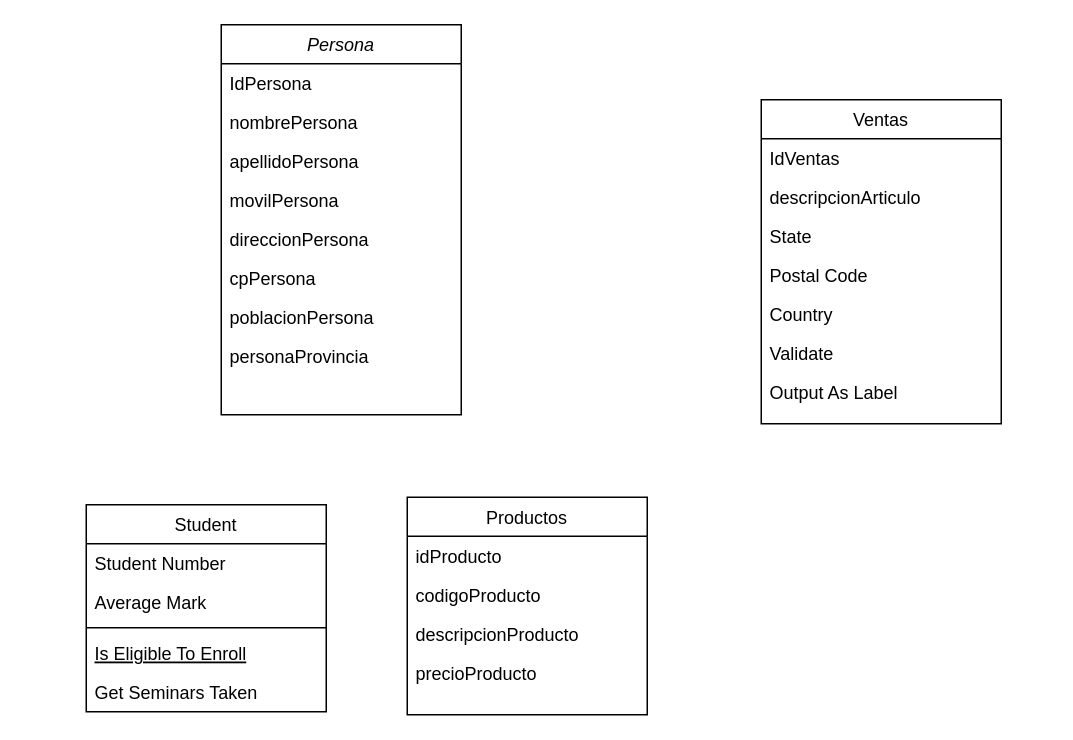
Earlier version of the draw.io diagram ventas.drawio (Shmarte1970/drawIO). Source tidied: cells renumbered, new cells numbered last; positions are measured from the earlier drawing's top-left corner, leaving out a move shared by most shapes. Both pictures are drawn from the tidied source at 150%, with x=0, y=0 at pixel (86, 24).
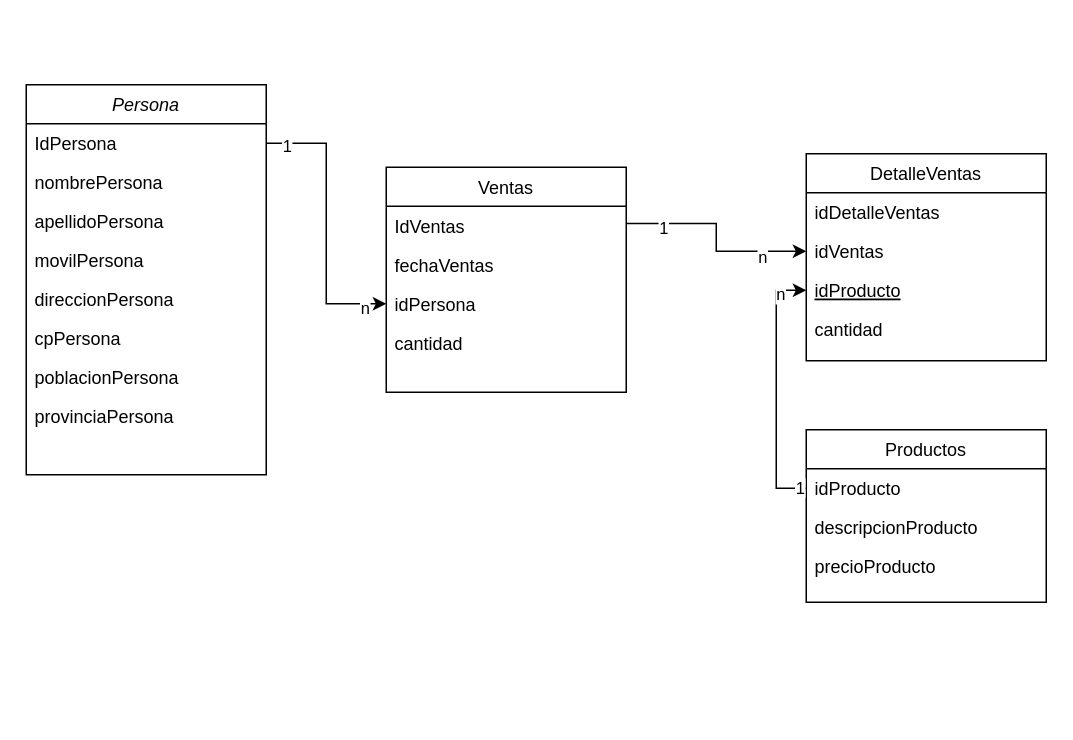
The same page after the edit.

The change refers to these unchanged cells:
```xml
<mxCell id="3" value="IdPersona" style="text;align=left;verticalAlign=top;spacingLeft=4;spacingRight=4;overflow=hidden;points=[[0,0.5],[1,0.5]];portConstraint=eastwest;" parent="2" vertex="1">
  <mxGeometry y="26" width="160" height="26" as="geometry" />
</mxCell>
<mxCell id="18" value="idProducto" style="text;align=left;verticalAlign=top;spacingLeft=4;spacingRight=4;overflow=hidden;points=[[0,0.5],[1,0.5]];portConstraint=eastwest;" parent="17" vertex="1">
  <mxGeometry y="26" width="160" height="26" as="geometry" />
</mxCell>
```

Change to the diagram source:
```diff
@@
     <mxCell id="2" value="Persona" style="swimlane;fontStyle=2;align=center;verticalAlign=top;horizontal=1;startSize=26;rounded=0;shadow=0;strokeWidth=1;" parent="1" vertex="1">
-      <mxGeometry x="90" width="160" height="260" as="geometry" />
+      <mxGeometry x="-40" y="40" width="160" height="260" as="geometry" />
     </mxCell>
@@
-    <mxCell id="10" value="personaProvincia" style="text;align=left;verticalAlign=top;spacingLeft=4;spacingRight=4;overflow=hidden;" parent="2" vertex="1">
+    <mxCell id="10" value="provinciaPersona" style="text;align=left;verticalAlign=top;spacingLeft=4;spacingRight=4;overflow=hidden;" parent="2" vertex="1">
       <mxGeometry y="208" width="160" height="26" as="geometry" />
     </mxCell>
-    <mxCell id="11" value="Student" style="swimlane;fontStyle=0;align=center;verticalAlign=top;horizontal=1;startSize=26;rounded=0;shadow=0;strokeWidth=1;" parent="1" vertex="1">
-      <mxGeometry y="320" width="160" height="138" as="geometry" />
+    <mxCell id="11" value="DetalleVentas" style="swimlane;fontStyle=0;align=center;verticalAlign=top;horizontal=1;startSize=26;rounded=0;shadow=0;strokeWidth=1;" parent="1" vertex="1">
+      <mxGeometry x="480" y="86" width="160" height="138" as="geometry" />
     </mxCell>
-    <mxCell id="12" value="Student Number" style="text;align=left;verticalAlign=top;spacingLeft=4;spacingRight=4;overflow=hidden;" parent="11" vertex="1">
+    <mxCell id="12" value="idDetalleVentas" style="text;align=left;verticalAlign=top;spacingLeft=4;spacingRight=4;overflow=hidden;" parent="11" vertex="1">
       <mxGeometry y="26" width="160" height="26" as="geometry" />
     </mxCell>
-    <mxCell id="13" value="Average Mark" style="text;align=left;verticalAlign=top;spacingLeft=4;spacingRight=4;overflow=hidden;points=[[0,0.5],[1,0.5]];portConstraint=eastwest;rounded=0;shadow=0;html=0;" parent="11" vertex="1">
+    <mxCell id="13" value="idVentas" style="text;align=left;verticalAlign=top;spacingLeft=4;spacingRight=4;overflow=hidden;points=[[0,0.5],[1,0.5]];portConstraint=eastwest;rounded=0;shadow=0;html=0;" parent="11" vertex="1">
       <mxGeometry y="52" width="160" height="26" as="geometry" />
     </mxCell>
-    <mxCell id="14" style="line;html=1;strokeWidth=1;align=left;verticalAlign=middle;spacingTop=-1;spacingLeft=3;spacingRight=3;labelPosition=right;" parent="11" vertex="1">
-      <mxGeometry y="78" width="160" height="8" as="geometry" />
-    </mxCell>
-    <mxCell id="15" value="Is Eligible To Enroll" style="text;align=left;verticalAlign=top;spacingLeft=4;spacingRight=4;overflow=hidden;points=[[0,0.5],[1,0.5]];portConstraint=eastwest;fontStyle=4;" parent="11" vertex="1">
-      <mxGeometry y="86" width="160" height="26" as="geometry" />
+    <mxCell id="15" value="idProducto" style="text;align=left;verticalAlign=top;spacingLeft=4;spacingRight=4;overflow=hidden;points=[[0,0.5],[1,0.5]];portConstraint=eastwest;fontStyle=4;" parent="11" vertex="1">
+      <mxGeometry y="78" width="160" height="26" as="geometry" />
     </mxCell>
-    <mxCell id="16" value="Get Seminars Taken" style="text;align=left;verticalAlign=top;spacingLeft=4;spacingRight=4;overflow=hidden;" parent="11" vertex="1">
-      <mxGeometry y="112" width="160" height="26" as="geometry" />
+    <mxCell id="16" value="cantidad" style="text;align=left;verticalAlign=top;spacingLeft=4;spacingRight=4;overflow=hidden;" parent="11" vertex="1">
+      <mxGeometry y="104" width="160" height="26" as="geometry" />
     </mxCell>
     <mxCell id="17" value="Productos" style="swimlane;fontStyle=0;align=center;verticalAlign=top;horizontal=1;startSize=26;rounded=0;shadow=0;strokeWidth=1;" parent="1" vertex="1">
-      <mxGeometry x="214" y="315" width="160" height="145" as="geometry" />
+      <mxGeometry x="480" y="270" width="160" height="115" as="geometry" />
     </mxCell>
@@
-    <mxCell id="19" value="codigoProducto" style="text;align=left;verticalAlign=top;spacingLeft=4;spacingRight=4;overflow=hidden;" parent="17" vertex="1">
-      <mxGeometry y="52" width="160" height="26" as="geometry" />
-    </mxCell>
     <mxCell id="20" value="descripcionProducto" style="text;align=left;verticalAlign=top;spacingLeft=4;spacingRight=4;overflow=hidden;" parent="17" vertex="1">
-      <mxGeometry y="78" width="160" height="26" as="geometry" />
+      <mxGeometry y="52" width="160" height="26" as="geometry" />
     </mxCell>
     <mxCell id="21" value="precioProducto" style="text;align=left;verticalAlign=top;spacingLeft=4;spacingRight=4;overflow=hidden;" parent="17" vertex="1">
-      <mxGeometry y="104" width="160" height="26" as="geometry" />
+      <mxGeometry y="78" width="160" height="26" as="geometry" />
     </mxCell>
+    <mxCell id="30" style="edgeStyle=orthogonalEdgeStyle;rounded=0;jettySize=auto;html=1;exitX=1;exitY=0.25;exitDx=0;exitDy=0;" parent="1" edge="1" source="22" target="13">
+      <mxGeometry relative="1" as="geometry" />
+    </mxCell>
+    <mxCell id="31" value="1" style="edgeLabel;html=1;align=center;verticalAlign=middle;" parent="30" vertex="1">
+      <mxGeometry x="-0.65" y="-2" relative="1" as="geometry">
+        <mxPoint y="1" as="offset" />
+      </mxGeometry>
+    </mxCell>
+    <mxCell id="32" value="n" style="edgeLabel;html=1;align=center;verticalAlign=middle;" parent="30" vertex="1">
+      <mxGeometry x="0.58" y="-3" relative="1" as="geometry" />
+    </mxCell>
     <mxCell id="22" value="Ventas" style="swimlane;fontStyle=0;align=center;verticalAlign=top;horizontal=1;startSize=26;rounded=0;shadow=0;strokeWidth=1;" parent="1" vertex="1">
-      <mxGeometry x="450" y="50" width="160" height="216" as="geometry" />
+      <mxGeometry x="200" y="95" width="160" height="150" as="geometry" />
     </mxCell>
@@
-    <mxCell id="24" value="descripcionArticulo" style="text;align=left;verticalAlign=top;spacingLeft=4;spacingRight=4;overflow=hidden;rounded=0;shadow=0;html=0;" parent="22" vertex="1">
-      <mxGeometry y="52" width="160" height="26" as="geometry" />
-    </mxCell>
-    <mxCell id="25" value="State" style="text;align=left;verticalAlign=top;spacingLeft=4;spacingRight=4;overflow=hidden;rounded=0;shadow=0;html=0;" parent="22" vertex="1">
-      <mxGeometry y="78" width="160" height="26" as="geometry" />
-    </mxCell>
-    <mxCell id="26" value="Postal Code" style="text;align=left;verticalAlign=top;spacingLeft=4;spacingRight=4;overflow=hidden;rounded=0;shadow=0;html=0;" parent="22" vertex="1">
-      <mxGeometry y="104" width="160" height="26" as="geometry" />
+    <mxCell id="26" value="fechaVentas" style="text;align=left;verticalAlign=top;spacingLeft=4;spacingRight=4;overflow=hidden;rounded=0;shadow=0;html=0;" parent="22" vertex="1">
+      <mxGeometry y="52" width="160" height="26" as="geometry" />
     </mxCell>
-    <mxCell id="27" value="Country" style="text;align=left;verticalAlign=top;spacingLeft=4;spacingRight=4;overflow=hidden;points=[[0,0.5],[1,0.5]];portConstraint=eastwest;rounded=0;shadow=0;html=0;" parent="22" vertex="1">
-      <mxGeometry y="130" width="160" height="26" as="geometry" />
+    <mxCell id="27" value="idPersona" style="text;align=left;verticalAlign=top;spacingLeft=4;spacingRight=4;overflow=hidden;points=[[0,0.5],[1,0.5]];portConstraint=eastwest;rounded=0;shadow=0;html=0;" parent="22" vertex="1">
+      <mxGeometry y="78" width="160" height="26" as="geometry" />
     </mxCell>
-    <mxCell id="28" value="Validate" style="text;align=left;verticalAlign=top;spacingLeft=4;spacingRight=4;overflow=hidden;" parent="22" vertex="1">
-      <mxGeometry y="156" width="160" height="26" as="geometry" />
+    <mxCell id="28" value="cantidad" style="text;align=left;verticalAlign=top;spacingLeft=4;spacingRight=4;overflow=hidden;" parent="22" vertex="1">
+      <mxGeometry y="104" width="160" height="26" as="geometry" />
     </mxCell>
-    <mxCell id="29" value="Output As Label" style="text;align=left;verticalAlign=top;spacingLeft=4;spacingRight=4;overflow=hidden;" parent="22" vertex="1">
-      <mxGeometry y="182" width="160" height="26" as="geometry" />
-    </mxCell>
+    <mxCell id="33" style="edgeStyle=orthogonalEdgeStyle;rounded=0;jettySize=auto;html=1;exitX=1;exitY=0.5;exitDx=0;exitDy=0;" parent="1" edge="1" source="3" target="27">
+      <mxGeometry relative="1" as="geometry" />
+    </mxCell>
+    <mxCell id="34" value="1" style="edgeLabel;html=1;align=center;verticalAlign=middle;" parent="33" vertex="1">
+      <mxGeometry x="-0.86" y="-1" relative="1" as="geometry" />
+    </mxCell>
+    <mxCell id="35" value="n" style="edgeLabel;html=1;align=center;verticalAlign=middle;" parent="33" vertex="1">
+      <mxGeometry x="0.84" y="-2" relative="1" as="geometry" />
+    </mxCell>
+    <mxCell id="36" style="edgeStyle=orthogonalEdgeStyle;rounded=0;jettySize=auto;html=1;exitX=0;exitY=0.5;exitDx=0;exitDy=0;entryX=0;entryY=0.5;entryDx=0;entryDy=0;" parent="1" edge="1" source="18" target="15">
+      <mxGeometry relative="1" as="geometry" />
+    </mxCell>
+    <mxCell id="37" value="1" style="edgeLabel;html=1;align=center;verticalAlign=middle;" parent="36" vertex="1">
+      <mxGeometry x="-0.94" y="-1" relative="1" as="geometry" />
+    </mxCell>
+    <mxCell id="38" value="n" style="edgeLabel;html=1;align=center;verticalAlign=middle;" parent="36" vertex="1">
+      <mxGeometry x="0.74" y="-2" relative="1" as="geometry" />
+    </mxCell>
```
